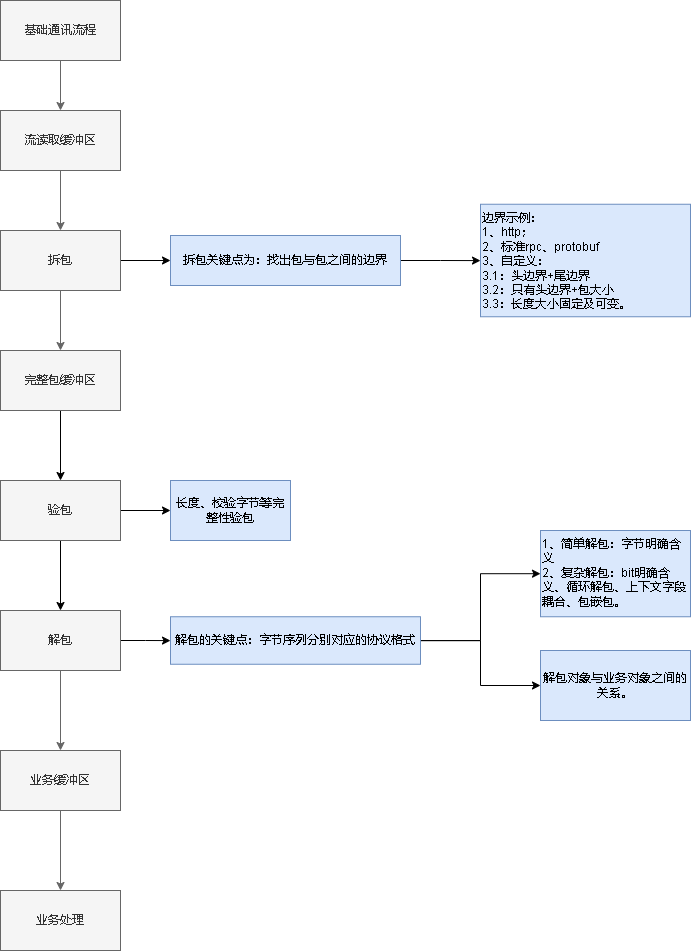
This is cgo8_通讯设计.drawio.png from xktder/draw, a draw.io export, as it was before one commit. Source tidied: cells renumbered, new cells last; positions are measured from the earlier drawing's top-left corner, leaving out a move shared by most shapes.
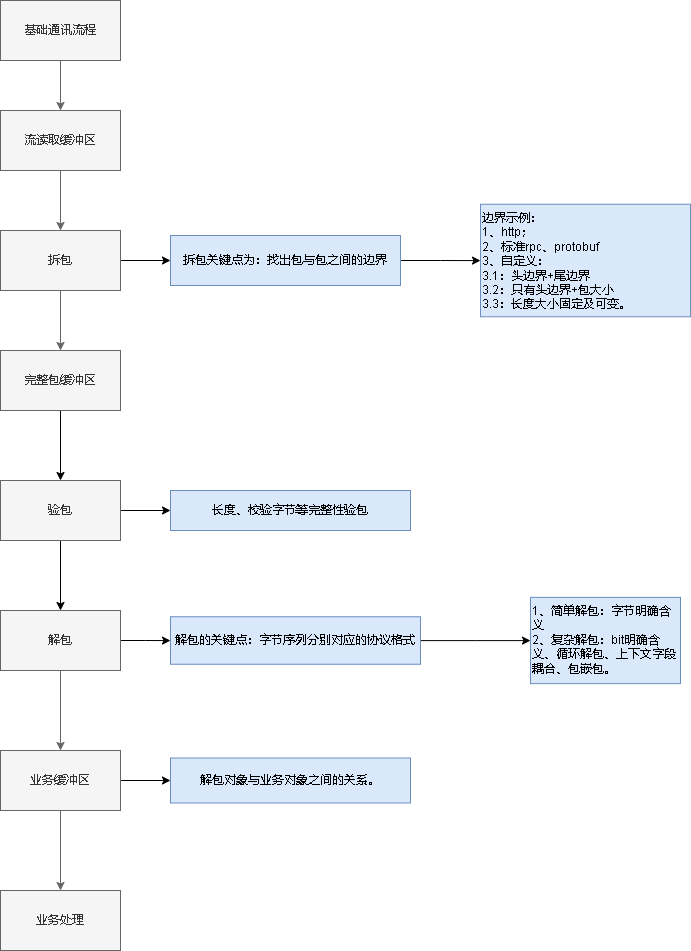
After the commit.

Commit message:
更新cgo8_通讯设计.drawio.png

What changed in the source:
```diff
@@ -47,6 +47,9 @@
     <mxCell id="16" style="edgeStyle=orthogonalEdgeStyle;rounded=0;jettySize=auto;html=1;fillColor=#f5f5f5;strokeColor=#666666;" parent="1" edge="1" source="17" target="18">
       <mxGeometry relative="1" as="geometry" />
     </mxCell>
+    <mxCell id="29" style="edgeStyle=orthogonalEdgeStyle;rounded=0;jettySize=auto;html=1;exitX=1;exitY=0.5;exitDx=0;exitDy=0;entryX=0;entryY=0.5;entryDx=0;entryDy=0;" parent="1" edge="1" source="17" target="27">
+      <mxGeometry relative="1" as="geometry" />
+    </mxCell>
     <mxCell id="17" value="业务缓冲区" style="whiteSpace=wrap;html=1;rounded=0;fillColor=#f5f5f5;fontColor=#333333;strokeColor=#666666;" parent="1" vertex="1">
       <mxGeometry y="750" width="120" height="60" as="geometry" />
     </mxCell>
@@ -56,9 +59,6 @@
     <mxCell id="19" style="edgeStyle=orthogonalEdgeStyle;rounded=0;jettySize=auto;html=1;" parent="1" edge="1" source="21" target="26">
       <mxGeometry relative="1" as="geometry" />
     </mxCell>
-    <mxCell id="20" style="edgeStyle=orthogonalEdgeStyle;rounded=0;jettySize=auto;html=1;" parent="1" edge="1" source="21" target="27">
-      <mxGeometry relative="1" as="geometry" />
-    </mxCell>
     <mxCell id="21" value="解包的关键点：字节序列分别对应的协议格式&lt;br&gt;" style="whiteSpace=wrap;html=1;rounded=0;fillColor=#dae8fc;strokeColor=#6c8ebf;" parent="1" vertex="1">
       <mxGeometry x="170" y="616.2" width="250" height="47.5" as="geometry" />
     </mxCell>
@@ -75,13 +75,13 @@
       <mxGeometry y="480" width="120" height="60" as="geometry" />
     </mxCell>
     <mxCell id="26" value="1、简单解包：字节明确含义&lt;br&gt;2、复杂解包：bit明确含义、循环解包、上下文字段耦合、包嵌包。" style="whiteSpace=wrap;html=1;fillColor=#dae8fc;strokeColor=#6c8ebf;rounded=0;align=left;verticalAlign=top;" parent="1" vertex="1">
-      <mxGeometry x="540" y="530" width="150" height="86.2" as="geometry" />
+      <mxGeometry x="530" y="596.9" width="150" height="86.2" as="geometry" />
     </mxCell>
+    <mxCell id="28" value="长度、校验字节等完整性验包" style="whiteSpace=wrap;html=1;rounded=0;fillColor=#dae8fc;strokeColor=#6c8ebf;" parent="1" vertex="1">
+      <mxGeometry x="170" y="490" width="240" height="40" as="geometry" />
+    </mxCell>
     <mxCell id="27" value="解包对象与业务对象之间的关系。" style="whiteSpace=wrap;html=1;rounded=0;fillColor=#dae8fc;strokeColor=#6c8ebf;" parent="1" vertex="1">
-      <mxGeometry x="540" y="650" width="150" height="70" as="geometry" />
+      <mxGeometry x="170" y="757.5" width="240" height="45" as="geometry" />
     </mxCell>
-    <mxCell id="28" value="长度、校验字节等完整性验包" style="whiteSpace=wrap;html=1;rounded=0;fillColor=#dae8fc;strokeColor=#6c8ebf;" parent="1" vertex="1">
-      <mxGeometry x="170" y="480" width="120" height="60" as="geometry" />
-    </mxCell>
   </root>
 </mxGraphModel>
```
